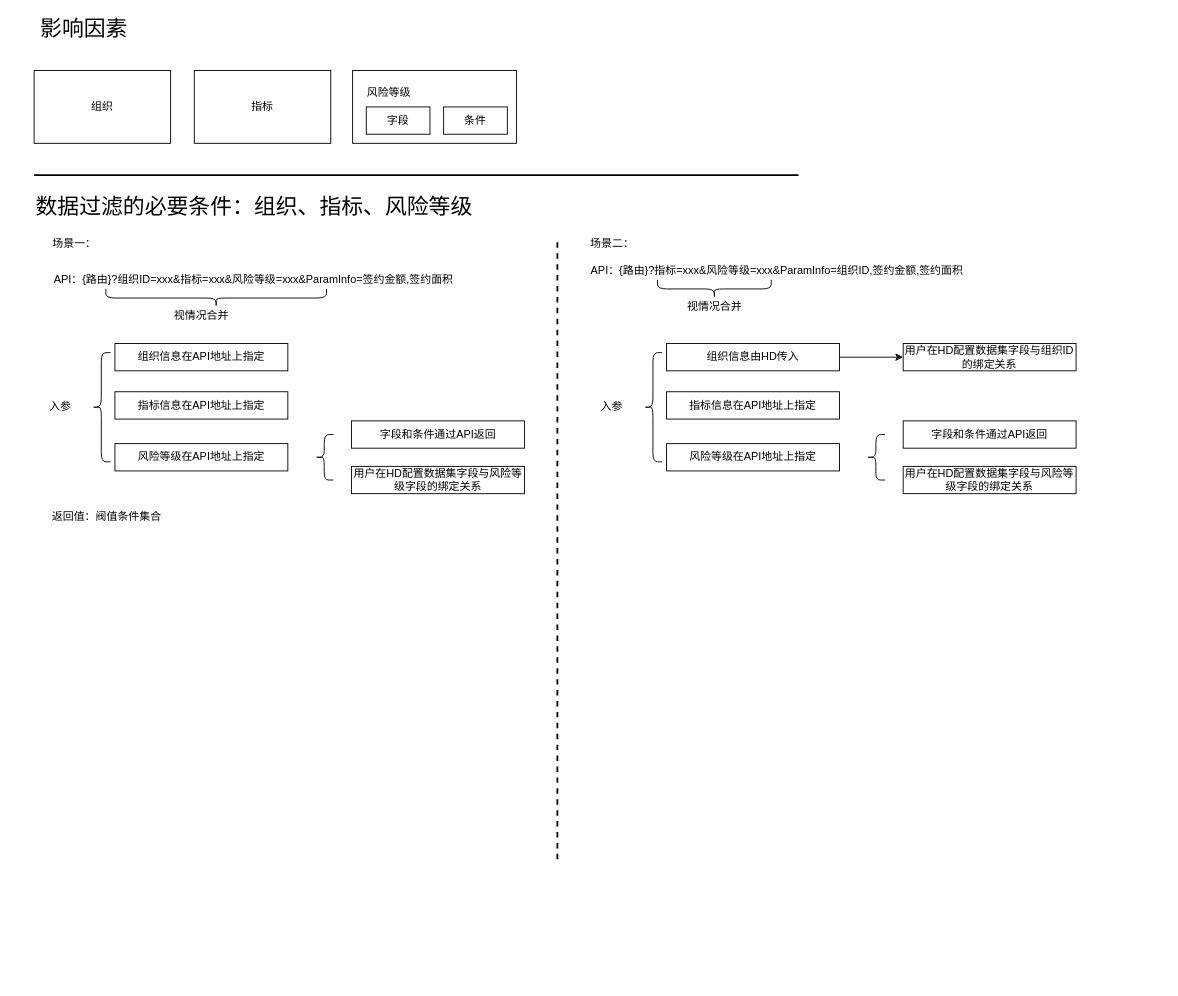
yuanzuohui/draw.io keeps this draw.io diagram as 风控中心.drawio. Above is the earlier version. Source tidied: cells renumbered, new cells numbered last; positions are measured from the earlier drawing's top-left corner, leaving out a move shared by most shapes. Both pictures are drawn from the tidied source at 91%, with x=0, y=0 at pixel (28, 15).
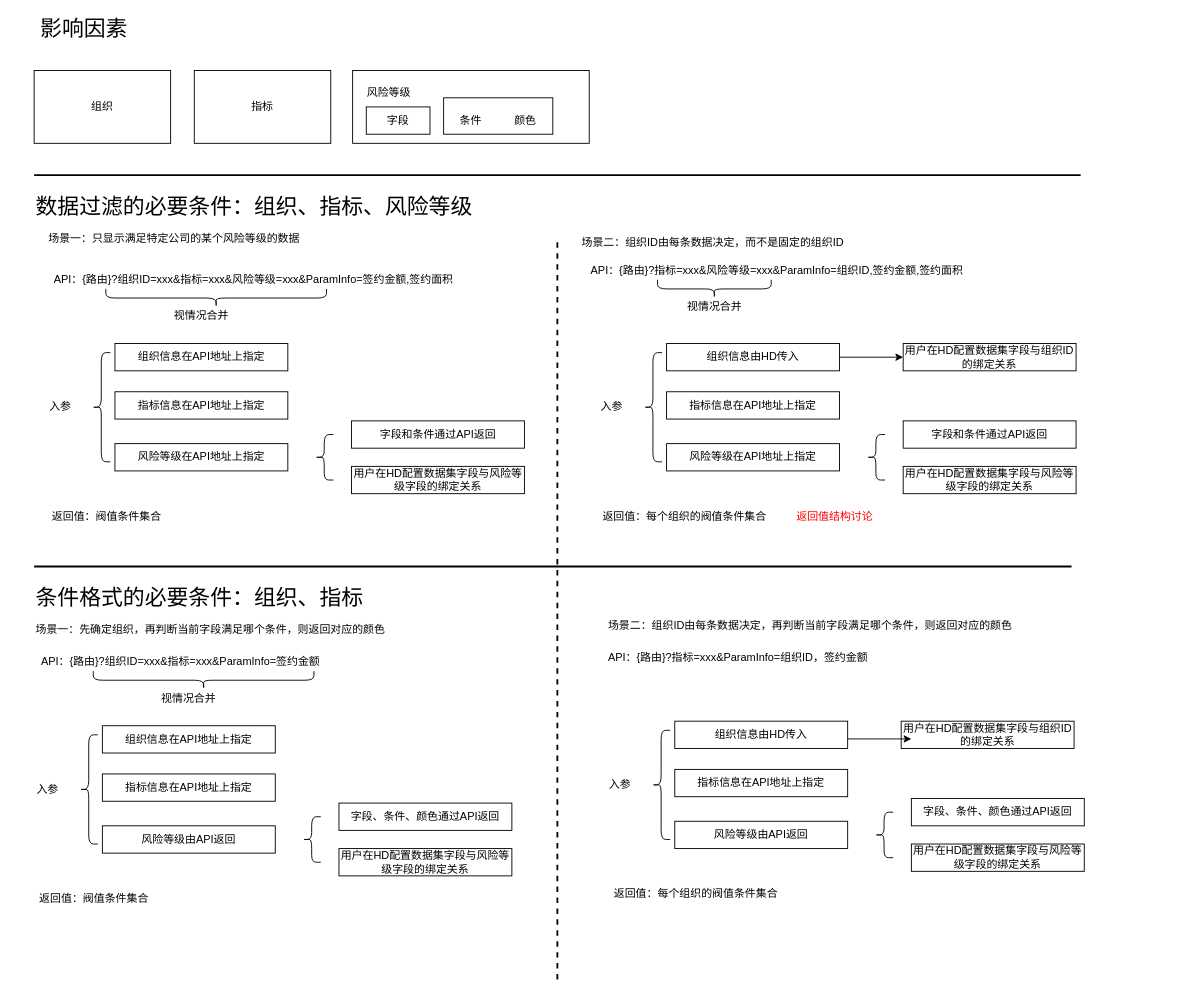
After the change.

Commit message:
更新风控中心.drawio

The edit, as a diff of the source:
```diff
@@
     <mxCell id="2" style="rounded=0;whiteSpace=wrap;html=1;strokeWidth=1;fontSize=12;" parent="1" vertex="1">
-      <mxGeometry x="356" y="60" width="180" height="80" as="geometry" />
+      <mxGeometry x="356" y="60" width="260" height="80" as="geometry" />
     </mxCell>
@@
-    <mxCell id="6" value="条件" style="rounded=0;whiteSpace=wrap;html=1;" parent="1" vertex="1">
-      <mxGeometry x="456" y="100" width="70" height="30" as="geometry" />
+    <mxCell id="6" style="rounded=0;whiteSpace=wrap;html=1;" parent="1" vertex="1">
+      <mxGeometry x="456" y="90" width="120" height="40" as="geometry" />
     </mxCell>
@@
     <mxCell id="8" style="line;strokeWidth=2;html=1;fontSize=24;" parent="1" vertex="1">
-      <mxGeometry x="6" y="170" width="840" height="10" as="geometry" />
+      <mxGeometry x="6" y="170" width="1150" height="10" as="geometry" />
     </mxCell>
@@
-    <mxCell id="35" value="场景一：" style="text;html=1;strokeColor=none;fillColor=none;align=center;verticalAlign=middle;whiteSpace=wrap;rounded=0;fontSize=12;" parent="1" vertex="1">
-      <mxGeometry x="14.8" y="240" width="71.2" height="20" as="geometry" />
+    <mxCell id="35" value="场景一：只显示满足特定公司的某个风险等级的数据" style="text;html=1;strokeColor=none;fillColor=none;align=left;verticalAlign=middle;whiteSpace=wrap;rounded=0;fontSize=12;" parent="1" vertex="1">
+      <mxGeometry x="19.8" y="240" width="351.2" height="10" as="geometry" />
     </mxCell>
@@
-    <mxCell id="37" value="场景二：" style="text;html=1;strokeColor=none;fillColor=none;align=center;verticalAlign=middle;whiteSpace=wrap;rounded=0;fontSize=12;" parent="1" vertex="1">
-      <mxGeometry x="606" y="240" width="71.2" height="20" as="geometry" />
+    <mxCell id="37" value="场景二：组织ID由每条数据决定，而不是固定的组织ID" style="text;html=1;strokeColor=none;fillColor=none;align=left;verticalAlign=middle;whiteSpace=wrap;rounded=0;fontSize=12;" parent="1" vertex="1">
+      <mxGeometry x="606" y="239" width="420" height="20" as="geometry" />
     </mxCell>
     <mxCell id="38" style="line;strokeWidth=2;html=1;fontSize=24;dashed=1;direction=south;" parent="1" vertex="1">
-      <mxGeometry x="576" y="248.8" width="10" height="681.2" as="geometry" />
+      <mxGeometry x="576" y="248.8" width="10" height="811.2" as="geometry" />
     </mxCell>
+    <mxCell id="39" value="返回值：每个组织的阀值条件集合" style="text;html=1;strokeColor=none;fillColor=none;align=center;verticalAlign=middle;whiteSpace=wrap;rounded=0;fontSize=12;" parent="1" vertex="1">
+      <mxGeometry x="616" y="540" width="210" height="20" as="geometry" />
+    </mxCell>
+    <mxCell id="40" style="line;strokeWidth=2;html=1;fontSize=24;" parent="1" vertex="1">
+      <mxGeometry x="6" y="600" width="1140" height="10" as="geometry" />
+    </mxCell>
+    <mxCell id="41" value="条件格式的必要条件：组织、指标" style="text;html=1;strokeColor=none;fillColor=none;align=left;verticalAlign=middle;whiteSpace=wrap;rounded=0;strokeWidth=1;fontSize=24;" parent="1" vertex="1">
+      <mxGeometry x="6" y="630" width="530" height="20" as="geometry" />
+    </mxCell>
+    <mxCell id="42" value="条件" style="text;html=1;strokeColor=none;fillColor=none;align=center;verticalAlign=middle;whiteSpace=wrap;rounded=0;dashed=1;fontSize=12;" parent="1" vertex="1">
+      <mxGeometry x="466" y="105" width="40" height="20" as="geometry" />
+    </mxCell>
+    <mxCell id="43" value="颜色" style="text;html=1;strokeColor=none;fillColor=none;align=center;verticalAlign=middle;whiteSpace=wrap;rounded=0;dashed=1;fontSize=12;" parent="1" vertex="1">
+      <mxGeometry x="526" y="105" width="40" height="20" as="geometry" />
+    </mxCell>
+    <mxCell id="44" value="场景一：先确定组织，再判断当前字段满足哪个条件，则返回对应的颜色" style="text;html=1;strokeColor=none;fillColor=none;align=left;verticalAlign=middle;whiteSpace=wrap;rounded=0;fontSize=12;" parent="1" vertex="1">
+      <mxGeometry x="6" y="670" width="420" height="10" as="geometry" />
+    </mxCell>
+    <mxCell id="45" value="入参" style="text;html=1;strokeColor=none;fillColor=none;align=center;verticalAlign=middle;whiteSpace=wrap;rounded=0;fontSize=12;" parent="1" vertex="1">
+      <mxGeometry x="-14" y="840" width="70" height="20" as="geometry" />
+    </mxCell>
+    <mxCell id="46" style="shape=curlyBracket;whiteSpace=wrap;html=1;rounded=1;strokeWidth=1;fontSize=12;" parent="1" vertex="1">
+      <mxGeometry x="56" y="790" width="20" height="120" as="geometry" />
+    </mxCell>
+    <mxCell id="47" value="组织信息在API地址上指定" style="rounded=0;whiteSpace=wrap;html=1;strokeWidth=1;fontSize=12;" parent="1" vertex="1">
+      <mxGeometry x="81" y="780" width="190" height="30" as="geometry" />
+    </mxCell>
+    <mxCell id="48" value="指标信息在API地址上指定" style="rounded=0;whiteSpace=wrap;html=1;strokeWidth=1;fontSize=12;" parent="1" vertex="1">
+      <mxGeometry x="81" y="833" width="190" height="30" as="geometry" />
+    </mxCell>
+    <mxCell id="49" value="风险等级由API返回" style="rounded=0;whiteSpace=wrap;html=1;strokeWidth=1;fontSize=12;" parent="1" vertex="1">
+      <mxGeometry x="81" y="890" width="190" height="30" as="geometry" />
+    </mxCell>
+    <mxCell id="50" value="字段、条件、颜色通过API返回" style="rounded=0;whiteSpace=wrap;html=1;strokeWidth=1;fontSize=12;" parent="1" vertex="1">
+      <mxGeometry x="341" y="865" width="190" height="30" as="geometry" />
+    </mxCell>
+    <mxCell id="51" value="用户在HD配置数据集字段与风险等级字段的绑定关系" style="rounded=0;whiteSpace=wrap;html=1;strokeWidth=1;fontSize=12;" parent="1" vertex="1">
+      <mxGeometry x="341" y="915" width="190" height="30" as="geometry" />
+    </mxCell>
+    <mxCell id="52" style="shape=curlyBracket;whiteSpace=wrap;html=1;rounded=1;strokeWidth=1;fontSize=12;" parent="1" vertex="1">
+      <mxGeometry x="301" y="880" width="20" height="50" as="geometry" />
+    </mxCell>
+    <mxCell id="53" value="API：{路由}?组织ID=xxx&amp;amp;指标=xxx&amp;amp;ParamInfo=签约金额" style="text;html=1;strokeColor=none;fillColor=none;align=left;verticalAlign=middle;whiteSpace=wrap;rounded=0;fontSize=12;" parent="1" vertex="1">
+      <mxGeometry x="12.2" y="700" width="323.8" height="20" as="geometry" />
+    </mxCell>
+    <mxCell id="54" style="shape=curlyBracket;whiteSpace=wrap;html=1;rounded=1;strokeWidth=1;fontSize=12;align=left;direction=north;" parent="1" vertex="1">
+      <mxGeometry x="71" y="720" width="242.5" height="20" as="geometry" />
+    </mxCell>
+    <mxCell id="55" value="视情况合并" style="text;html=1;strokeColor=none;fillColor=none;align=center;verticalAlign=middle;whiteSpace=wrap;rounded=0;fontSize=12;" parent="1" vertex="1">
+      <mxGeometry x="141" y="740" width="70" height="20" as="geometry" />
+    </mxCell>
+    <mxCell id="56" value="返回值：阀值条件集合" style="text;html=1;strokeColor=none;fillColor=none;align=center;verticalAlign=middle;whiteSpace=wrap;rounded=0;fontSize=12;" parent="1" vertex="1">
+      <mxGeometry x="2.2" y="960" width="140" height="20" as="geometry" />
+    </mxCell>
+    <mxCell id="57" value="场景二：组织ID由每条数据决定，再判断当前字段满足哪个条件，则返回对应的颜色" style="text;html=1;strokeColor=none;fillColor=none;align=left;verticalAlign=middle;whiteSpace=wrap;rounded=0;fontSize=12;" parent="1" vertex="1">
+      <mxGeometry x="635" y="665" width="461" height="10" as="geometry" />
+    </mxCell>
+    <mxCell id="58" value="入参" style="text;html=1;strokeColor=none;fillColor=none;align=center;verticalAlign=middle;whiteSpace=wrap;rounded=0;fontSize=12;" parent="1" vertex="1">
+      <mxGeometry x="615" y="835" width="70" height="20" as="geometry" />
+    </mxCell>
+    <mxCell id="59" style="shape=curlyBracket;whiteSpace=wrap;html=1;rounded=1;strokeWidth=1;fontSize=12;" parent="1" vertex="1">
+      <mxGeometry x="685" y="785" width="20" height="120" as="geometry" />
+    </mxCell>
+    <mxCell id="60" value="组织信息由HD传入" style="rounded=0;whiteSpace=wrap;html=1;strokeWidth=1;fontSize=12;" parent="1" vertex="1">
+      <mxGeometry x="710" y="775" width="190" height="30" as="geometry" />
+    </mxCell>
+    <mxCell id="61" value="指标信息在API地址上指定" style="rounded=0;whiteSpace=wrap;html=1;strokeWidth=1;fontSize=12;" parent="1" vertex="1">
+      <mxGeometry x="710" y="828" width="190" height="30" as="geometry" />
+    </mxCell>
+    <mxCell id="62" value="风险等级由API返回" style="rounded=0;whiteSpace=wrap;html=1;strokeWidth=1;fontSize=12;" parent="1" vertex="1">
+      <mxGeometry x="710" y="885" width="190" height="30" as="geometry" />
+    </mxCell>
+    <mxCell id="63" value="字段、条件、颜色通过API返回" style="rounded=0;whiteSpace=wrap;html=1;strokeWidth=1;fontSize=12;" parent="1" vertex="1">
+      <mxGeometry x="970" y="860" width="190" height="30" as="geometry" />
+    </mxCell>
+    <mxCell id="64" value="用户在HD配置数据集字段与风险等级字段的绑定关系" style="rounded=0;whiteSpace=wrap;html=1;strokeWidth=1;fontSize=12;" parent="1" vertex="1">
+      <mxGeometry x="970" y="910" width="190" height="30" as="geometry" />
+    </mxCell>
+    <mxCell id="65" style="shape=curlyBracket;whiteSpace=wrap;html=1;rounded=1;strokeWidth=1;fontSize=12;" parent="1" vertex="1">
+      <mxGeometry x="930" y="875" width="20" height="50" as="geometry" />
+    </mxCell>
+    <mxCell id="66" value="返回值：每个组织的阀值条件集合" style="text;html=1;strokeColor=none;fillColor=none;align=center;verticalAlign=middle;whiteSpace=wrap;rounded=0;fontSize=12;" parent="1" vertex="1">
+      <mxGeometry x="631.2" y="955" width="204.8" height="20" as="geometry" />
+    </mxCell>
+    <mxCell id="67" value="API：{路由}?指标=xxx&amp;amp;ParamInfo=组织ID，签约金额" style="text;html=1;strokeColor=none;fillColor=none;align=left;verticalAlign=middle;whiteSpace=wrap;rounded=0;fontSize=12;" parent="1" vertex="1">
+      <mxGeometry x="635" y="695" width="323.8" height="20" as="geometry" />
+    </mxCell>
+    <mxCell id="68" value="用户在HD配置数据集字段与组织ID的绑定关系" style="rounded=0;whiteSpace=wrap;html=1;strokeWidth=1;fontSize=12;" parent="1" vertex="1">
+      <mxGeometry x="958.8" y="775" width="190" height="30" as="geometry" />
+    </mxCell>
+    <mxCell id="69" style="edgeStyle=orthogonalEdgeStyle;rounded=0;orthogonalLoop=1;jettySize=auto;html=1;exitX=1;exitY=0.5;exitDx=0;exitDy=0;entryX=0;entryY=0.5;entryDx=0;entryDy=0;fontSize=12;" parent="1" edge="1">
+      <mxGeometry relative="1" as="geometry">
+        <mxPoint x="900" y="794.5" as="sourcePoint" />
+        <mxPoint x="970" y="794.5" as="targetPoint" />
+      </mxGeometry>
+    </mxCell>
+    <mxCell id="70" value="返回值结构讨论" style="text;html=1;strokeColor=none;fillColor=none;align=center;verticalAlign=middle;whiteSpace=wrap;rounded=0;dashed=1;fontSize=12;fontColor=#FF0000;" parent="1" vertex="1">
+      <mxGeometry x="836" y="535" width="100" height="30" as="geometry" />
+    </mxCell>
```
